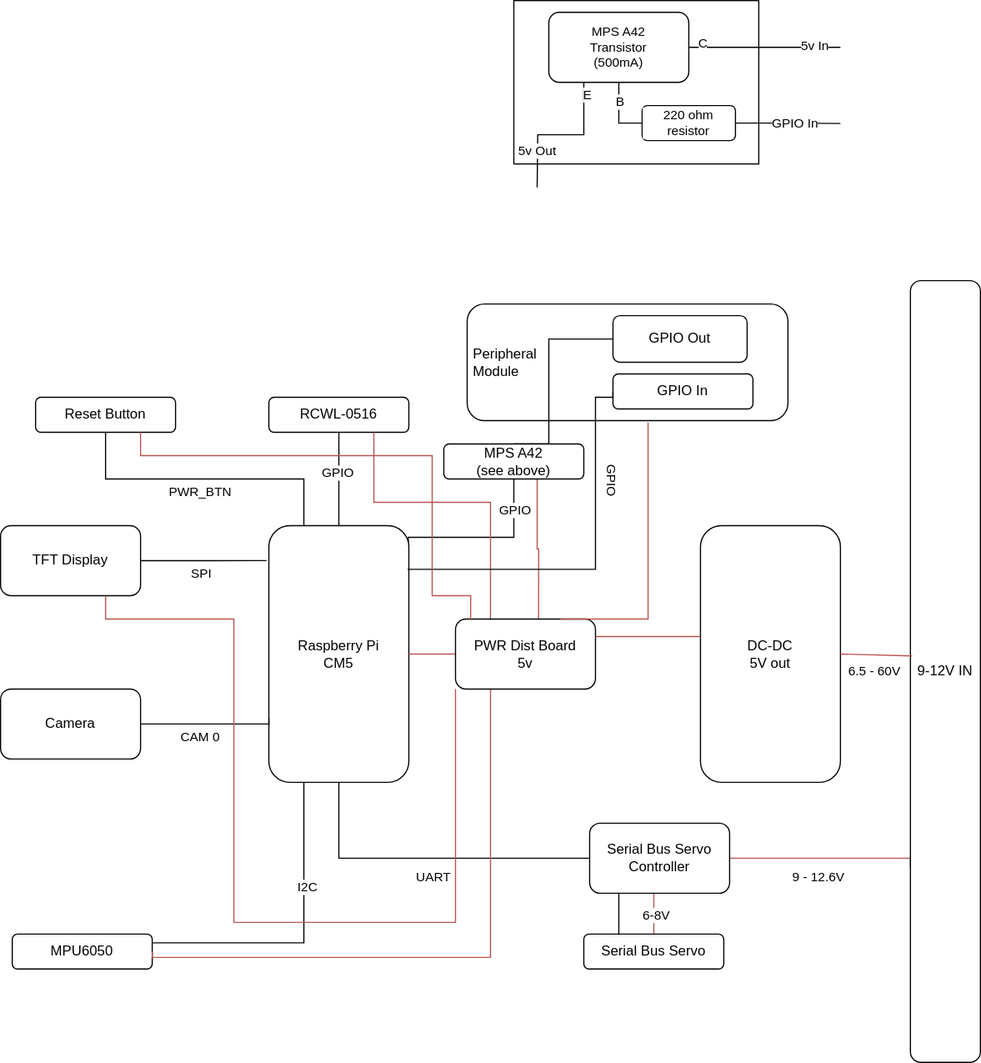
Before: circuits/CM5HeadWiring.svg, a diagram exported from draw.io (faxxxan/WALL-B). Source tidied: cells renumbered, new cells last; positions are measured from the earlier drawing's top-left corner, leaving out a move shared by most shapes.
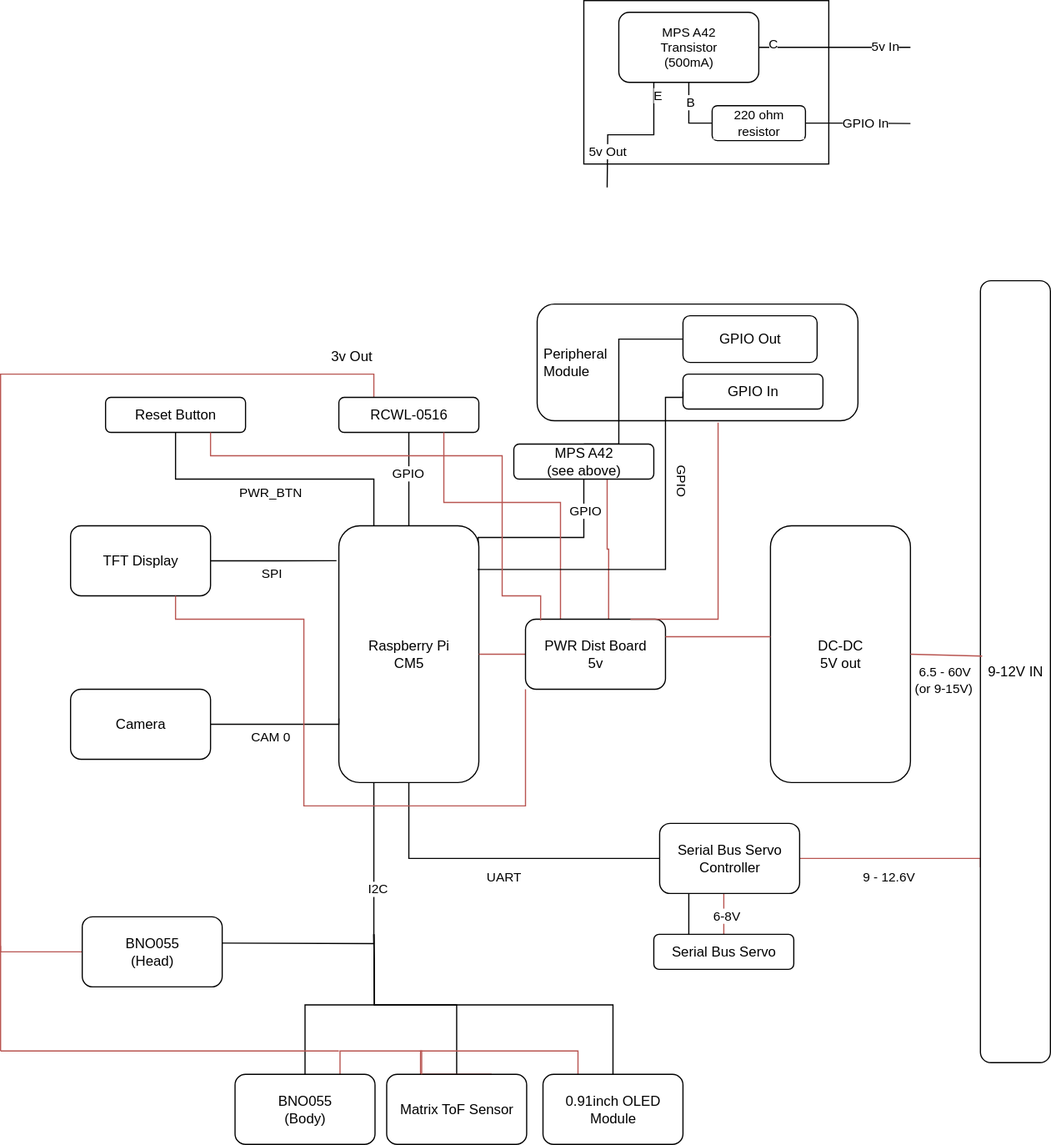
Later version of the same file.

The edit, as a diff of the source:
```diff
@@ -79,20 +79,28 @@
     <mxCell id="19" value="Camera" style="rounded=1;whiteSpace=wrap;html=1;" parent="1" vertex="1">
       <mxGeometry y="590" width="120" height="60" as="geometry" />
     </mxCell>
+    <mxCell id="63" style="edgeStyle=orthogonalEdgeStyle;rounded=0;jettySize=auto;html=1;exitX=0.25;exitY=0;exitDx=0;exitDy=0;entryX=0;entryY=0.5;entryDx=0;entryDy=0;fillColor=#f8cecc;strokeColor=#b85450;endArrow=none;endFill=0;" parent="1" edge="1" source="20" target="72">
+      <mxGeometry relative="1" as="geometry">
+        <Array as="points">
+          <mxPoint x="260" y="320" />
+          <mxPoint x="-60" y="320" />
+          <mxPoint x="-60" y="815" />
+        </Array>
+      </mxGeometry>
+    </mxCell>
     <mxCell id="20" value="RCWL-0516" style="rounded=1;whiteSpace=wrap;html=1;" parent="1" vertex="1">
       <mxGeometry x="230" y="340" width="120" height="30" as="geometry" />
     </mxCell>
-    <mxCell id="21" style="edgeStyle=orthogonalEdgeStyle;shape=connector;rounded=0;jettySize=auto;html=1;exitX=1;exitY=0.25;exitDx=0;exitDy=0;entryX=0.25;entryY=1;entryDx=0;entryDy=0;strokeColor=default;align=center;verticalAlign=middle;fontFamily=Helvetica;fontSize=11;fontColor=default;labelBackgroundColor=default;startFill=0;endArrow=none;" parent="1" edge="1" source="23" target="7">
-      <mxGeometry relative="1" as="geometry" />
+    <mxCell id="21" style="edgeStyle=orthogonalEdgeStyle;shape=connector;rounded=0;jettySize=auto;html=1;exitX=1;exitY=0.25;exitDx=0;exitDy=0;entryX=0.25;entryY=1;entryDx=0;entryDy=0;strokeColor=default;align=center;verticalAlign=middle;fontFamily=Helvetica;fontSize=11;fontColor=default;labelBackgroundColor=default;startFill=0;endArrow=none;" parent="1" edge="1" target="7">
+      <mxGeometry relative="1" as="geometry">
+        <mxPoint x="130" y="807.5" as="sourcePoint" />
+      </mxGeometry>
     </mxCell>
     <mxCell id="22" value="I2C" style="edgeLabel;html=1;align=center;verticalAlign=middle;fontFamily=Helvetica;fontSize=11;fontColor=default;labelBackgroundColor=default;" parent="21" vertex="1">
       <mxGeometry x="0.33" y="-1" relative="1" as="geometry">
         <mxPoint x="1" as="offset" />
       </mxGeometry>
     </mxCell>
-    <mxCell id="23" value="MPU6050" style="rounded=1;whiteSpace=wrap;html=1;" parent="1" vertex="1">
-      <mxGeometry x="10" y="800" width="120" height="30" as="geometry" />
-    </mxCell>
     <mxCell id="24" value="GPIO In" style="rounded=1;whiteSpace=wrap;html=1;" parent="1" vertex="1">
       <mxGeometry x="525" y="320" width="120" height="30" as="geometry" />
     </mxCell>
@@ -116,15 +124,6 @@
     <mxCell id="30" value="Reset Button" style="rounded=1;whiteSpace=wrap;html=1;" parent="1" vertex="1">
       <mxGeometry x="30" y="340" width="120" height="30" as="geometry" />
     </mxCell>
-    <mxCell id="31" style="edgeStyle=orthogonalEdgeStyle;rounded=0;jettySize=auto;html=1;exitX=0.25;exitY=1;exitDx=0;exitDy=0;endArrow=none;startFill=0;entryX=1;entryY=0.5;entryDx=0;entryDy=0;fillColor=#f8cecc;strokeColor=#b85450;" parent="1" edge="1" target="23">
-      <mxGeometry relative="1" as="geometry">
-        <mxPoint x="420" y="590" as="sourcePoint" />
-        <Array as="points">
-          <mxPoint x="420" y="820" />
-          <mxPoint x="130" y="820" />
-        </Array>
-      </mxGeometry>
-    </mxCell>
     <mxCell id="32" style="edgeStyle=orthogonalEdgeStyle;shape=connector;rounded=0;jettySize=auto;html=1;exitX=0;exitY=0.5;exitDx=0;exitDy=0;entryX=1;entryY=0.5;entryDx=0;entryDy=0;strokeColor=#b85450;align=center;verticalAlign=middle;fontFamily=Helvetica;fontSize=11;fontColor=default;labelBackgroundColor=default;startFill=0;endArrow=none;fillColor=#f8cecc;" parent="1" edge="1" source="36" target="7">
       <mxGeometry relative="1" as="geometry" />
     </mxCell>
@@ -149,8 +148,8 @@
     <mxCell id="35" style="edgeStyle=orthogonalEdgeStyle;shape=connector;rounded=0;jettySize=auto;html=1;exitX=0;exitY=1;exitDx=0;exitDy=0;entryX=0.75;entryY=1;entryDx=0;entryDy=0;strokeColor=#b85450;align=center;verticalAlign=middle;fontFamily=Helvetica;fontSize=11;fontColor=default;labelBackgroundColor=default;startFill=0;endArrow=none;fillColor=#f8cecc;" parent="1" edge="1" source="36" target="16">
       <mxGeometry relative="1" as="geometry">
         <Array as="points">
-          <mxPoint x="390" y="790" />
-          <mxPoint x="200" y="790" />
+          <mxPoint x="390" y="690" />
+          <mxPoint x="200" y="690" />
           <mxPoint x="200" y="530" />
           <mxPoint x="90" y="530" />
         </Array>
@@ -277,5 +276,64 @@
         </Array>
       </mxGeometry>
     </mxCell>
+    <mxCell id="64" style="edgeStyle=orthogonalEdgeStyle;rounded=0;jettySize=auto;html=1;exitX=0.5;exitY=0;exitDx=0;exitDy=0;endArrow=none;endFill=0;" parent="1" edge="1" source="66">
+      <mxGeometry relative="1" as="geometry">
+        <mxPoint x="260" y="800" as="targetPoint" />
+      </mxGeometry>
+    </mxCell>
+    <mxCell id="65" style="edgeStyle=orthogonalEdgeStyle;rounded=0;jettySize=auto;html=1;exitX=0.75;exitY=0;exitDx=0;exitDy=0;entryX=0.25;entryY=0;entryDx=0;entryDy=0;fillColor=#f8cecc;strokeColor=#b85450;endArrow=none;endFill=0;" parent="1" edge="1" source="66" target="71">
+      <mxGeometry relative="1" as="geometry">
+        <Array as="points">
+          <mxPoint x="300" y="920" />
+          <mxPoint x="300" y="900" />
+          <mxPoint x="435" y="900" />
+        </Array>
+      </mxGeometry>
+    </mxCell>
+    <mxCell id="66" value="Matrix ToF Sensor" style="rounded=1;whiteSpace=wrap;html=1;strokeColor=default;align=center;verticalAlign=middle;fontFamily=Helvetica;fontSize=12;fontColor=default;fillColor=default;" parent="1" vertex="1">
+      <mxGeometry x="271" y="920" width="120" height="60" as="geometry" />
+    </mxCell>
+    <mxCell id="67" style="edgeStyle=orthogonalEdgeStyle;rounded=0;jettySize=auto;html=1;endArrow=none;endFill=0;" parent="1" edge="1" source="69">
+      <mxGeometry relative="1" as="geometry">
+        <mxPoint x="260" y="800" as="targetPoint" />
+      </mxGeometry>
+    </mxCell>
+    <mxCell id="68" style="edgeStyle=orthogonalEdgeStyle;rounded=0;jettySize=auto;html=1;exitX=0.75;exitY=0;exitDx=0;exitDy=0;entryX=0.25;entryY=0;entryDx=0;entryDy=0;endArrow=none;endFill=0;fillColor=#f8cecc;strokeColor=#b85450;" parent="1" edge="1" source="69" target="66">
+      <mxGeometry relative="1" as="geometry" />
+    </mxCell>
+    <mxCell id="69" value="BNO055&lt;br&gt;(Body)" style="rounded=1;whiteSpace=wrap;html=1;strokeColor=default;align=center;verticalAlign=middle;fontFamily=Helvetica;fontSize=12;fontColor=default;fillColor=default;" parent="1" vertex="1">
+      <mxGeometry x="141" y="920" width="120" height="60" as="geometry" />
+    </mxCell>
+    <mxCell id="70" style="edgeStyle=orthogonalEdgeStyle;rounded=0;jettySize=auto;html=1;exitX=0.5;exitY=0;exitDx=0;exitDy=0;endArrow=none;endFill=0;" parent="1" edge="1" source="71">
+      <mxGeometry relative="1" as="geometry">
+        <mxPoint x="260" y="800" as="targetPoint" />
+      </mxGeometry>
+    </mxCell>
+    <mxCell id="71" value="&lt;div&gt;0.91inch OLED Module&lt;/div&gt;" style="rounded=1;whiteSpace=wrap;html=1;strokeColor=default;align=center;verticalAlign=middle;fontFamily=Helvetica;fontSize=12;fontColor=default;fillColor=default;" parent="1" vertex="1">
+      <mxGeometry x="405" y="920" width="120" height="60" as="geometry" />
+    </mxCell>
+    <mxCell id="72" value="BNO055&lt;br&gt;(Head)" style="rounded=1;whiteSpace=wrap;html=1;strokeColor=default;align=center;verticalAlign=middle;fontFamily=Helvetica;fontSize=12;fontColor=default;fillColor=default;" parent="1" vertex="1">
+      <mxGeometry x="10" y="785" width="120" height="60" as="geometry" />
+    </mxCell>
+    <mxCell id="73" style="endArrow=none;html=1;rounded=0;fillColor=#f8cecc;strokeColor=#b85450;" parent="1" edge="1">
+      <mxGeometry relative="1" as="geometry">
+        <mxPoint x="230" y="900" as="sourcePoint" />
+        <mxPoint x="-60" y="900" as="targetPoint" />
+      </mxGeometry>
+    </mxCell>
+    <mxCell id="74" style="endArrow=none;html=1;rounded=0;fillColor=#f8cecc;strokeColor=#b85450;" parent="1" edge="1">
+      <mxGeometry relative="1" as="geometry">
+        <mxPoint x="-60" y="900" as="sourcePoint" />
+        <mxPoint x="-60" y="810" as="targetPoint" />
+      </mxGeometry>
+    </mxCell>
+    <mxCell id="75" value="3v Out" style="text;html=1;align=center;verticalAlign=middle;whiteSpace=wrap;rounded=0;" parent="1" vertex="1">
+      <mxGeometry x="211" y="290" width="60" height="30" as="geometry" />
+    </mxCell>
+    <mxCell id="76" value="(or 9-15V)" style="edgeLabel;html=1;align=center;verticalAlign=middle;fontFamily=Helvetica;fontSize=11;fontColor=default;labelBackgroundColor=default;" parent="1" vertex="1">
+      <mxGeometry x="760" y="570" as="geometry">
+        <mxPoint x="-13" y="18" as="offset" />
+      </mxGeometry>
+    </mxCell>
   </root>
 </mxGraphModel>
```
